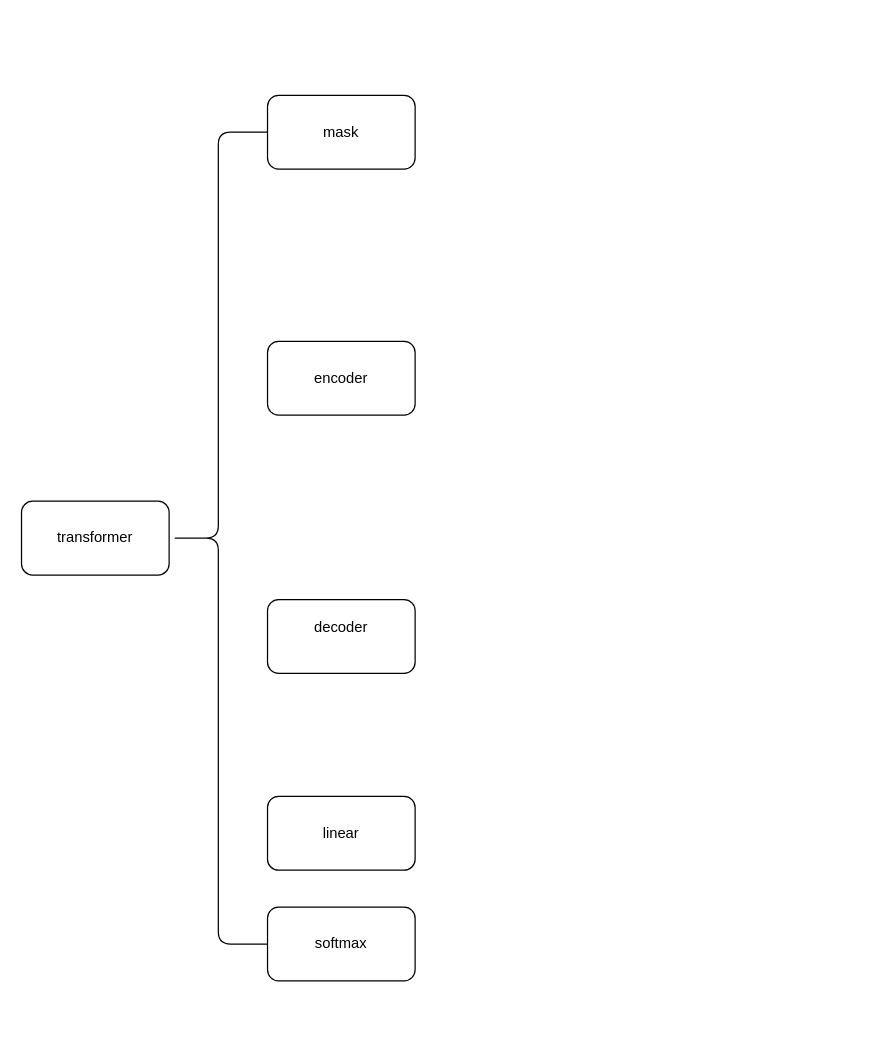
The draw.io diagram Transformer梳理.drawio in 177-Liukuan/MyPicture, before the edit. Source tidied: cells renumbered, new cells numbered last; positions are measured from the earlier drawing's top-left corner, leaving out a move shared by most shapes. Both pictures are drawn from the tidied source at 123%, with x=0, y=0 at pixel (21, 95).
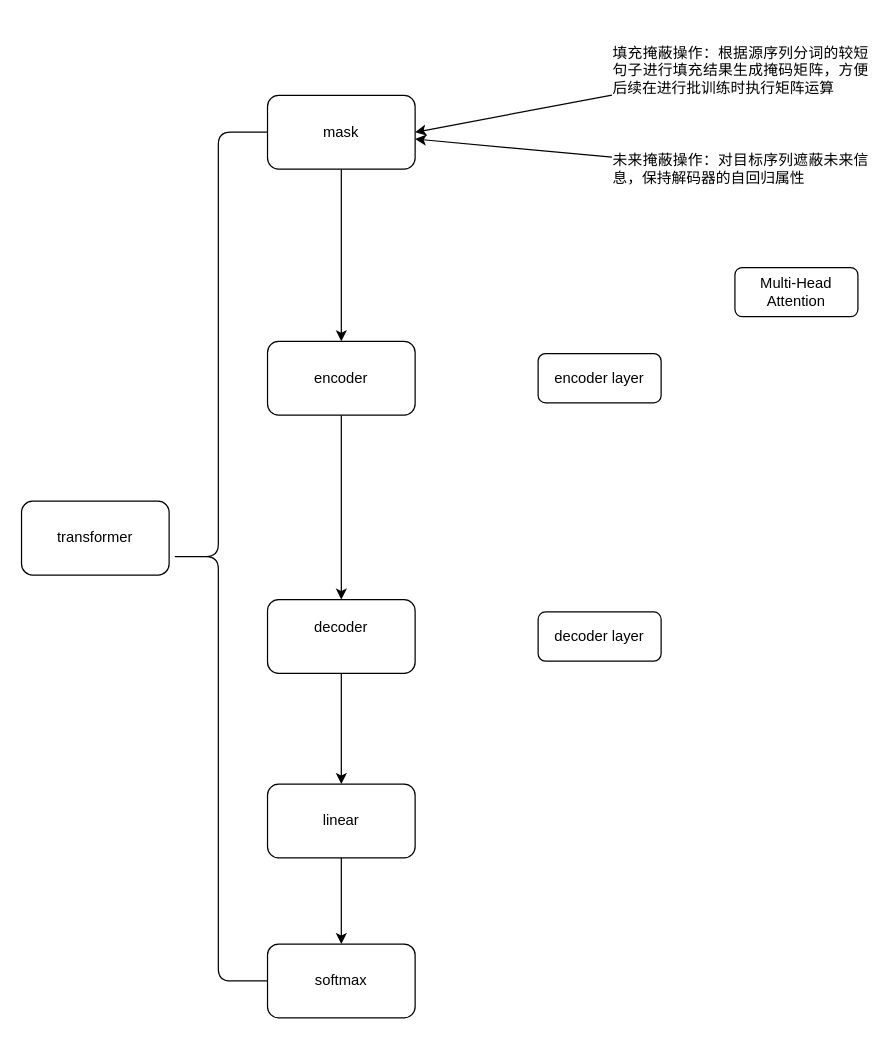
The same diagram, later.

The edit, as a diff of the source:
```diff
@@
 <mxGraphModel>
   <root>
     <mxCell id="0" />
     <mxCell id="1" parent="0" />
     <mxCell id="2" value="transformer" style="rounded=1;whiteSpace=wrap;html=1;" parent="1" vertex="1">
       <mxGeometry y="330" width="120" height="60" as="geometry" />
     </mxCell>
+    <mxCell id="9" style="edgeStyle=orthogonalEdgeStyle;rounded=0;jettySize=auto;html=1;" parent="1" edge="1" source="3" target="4">
+      <mxGeometry relative="1" as="geometry" />
+    </mxCell>
     <mxCell id="3" value="mask" style="rounded=1;whiteSpace=wrap;html=1;" parent="1" vertex="1">
       <mxGeometry x="200" width="120" height="60" as="geometry" />
     </mxCell>
+    <mxCell id="10" style="edgeStyle=orthogonalEdgeStyle;rounded=0;jettySize=auto;html=1;" parent="1" edge="1" source="4" target="5">
+      <mxGeometry relative="1" as="geometry" />
+    </mxCell>
     <mxCell id="4" value="encoder" style="rounded=1;whiteSpace=wrap;html=1;" parent="1" vertex="1">
       <mxGeometry x="200" y="200" width="120" height="60" as="geometry" />
     </mxCell>
+    <mxCell id="11" style="edgeStyle=orthogonalEdgeStyle;rounded=0;jettySize=auto;html=1;entryX=0.5;entryY=0;entryDx=0;entryDy=0;" parent="1" edge="1" source="5" target="6">
+      <mxGeometry relative="1" as="geometry" />
+    </mxCell>
     <mxCell id="5" value="decoder&lt;div&gt;&lt;br&gt;&lt;/div&gt;" style="rounded=1;whiteSpace=wrap;html=1;" parent="1" vertex="1">
       <mxGeometry x="200" y="410" width="120" height="60" as="geometry" />
     </mxCell>
+    <mxCell id="12" style="edgeStyle=orthogonalEdgeStyle;rounded=0;jettySize=auto;html=1;" parent="1" edge="1" source="6" target="7">
+      <mxGeometry relative="1" as="geometry" />
+    </mxCell>
     <mxCell id="6" value="linear" style="rounded=1;whiteSpace=wrap;html=1;" parent="1" vertex="1">
-      <mxGeometry x="200" y="570" width="120" height="60" as="geometry" />
+      <mxGeometry x="200" y="560" width="120" height="60" as="geometry" />
     </mxCell>
     <mxCell id="7" value="softmax" style="rounded=1;whiteSpace=wrap;html=1;" parent="1" vertex="1">
-      <mxGeometry x="200" y="660" width="120" height="60" as="geometry" />
+      <mxGeometry x="200" y="690" width="120" height="60" as="geometry" />
     </mxCell>
     <mxCell id="8" style="shape=curlyBracket;whiteSpace=wrap;html=1;rounded=1;labelPosition=left;verticalLabelPosition=middle;align=right;verticalAlign=middle;" parent="1" vertex="1">
-      <mxGeometry x="120" y="30" width="80" height="660" as="geometry" />
+      <mxGeometry x="120" y="30" width="80" height="690" as="geometry" />
     </mxCell>
+    <mxCell id="13" style="rounded=0;jettySize=auto;html=1;entryX=1;entryY=0.5;entryDx=0;entryDy=0;" parent="1" edge="1" source="14" target="3">
+      <mxGeometry relative="1" as="geometry" />
+    </mxCell>
+    <mxCell id="14" value="&lt;div style=&quot;text-align: justify;&quot;&gt;&lt;span style=&quot;background-color: transparent; color: light-dark(rgb(0, 0, 0), rgb(255, 255, 255));&quot;&gt;填充掩蔽操作：根据源序列分词的较短句子进行填充结果生成掩码矩阵，方便后续在进行批训练时执行矩阵运算&lt;/span&gt;&lt;/div&gt;" style="text;html=1;align=center;verticalAlign=middle;whiteSpace=wrap;rounded=0;" parent="1" vertex="1">
+      <mxGeometry x="480" y="-60" width="210" height="80" as="geometry" />
+    </mxCell>
+    <mxCell id="15" style="rounded=0;jettySize=auto;html=1;" parent="1" edge="1" source="16" target="3">
+      <mxGeometry relative="1" as="geometry" />
+    </mxCell>
+    <mxCell id="16" value="&lt;div style=&quot;text-align: justify;&quot;&gt;未来掩蔽操作：对目标序列遮蔽未来信息，保持解码器的自回归属性&lt;/div&gt;" style="text;html=1;align=center;verticalAlign=middle;whiteSpace=wrap;rounded=0;" parent="1" vertex="1">
+      <mxGeometry x="480" y="20" width="210" height="80" as="geometry" />
+    </mxCell>
+    <mxCell id="17" value="decoder layer" style="rounded=1;whiteSpace=wrap;html=1;" parent="1" vertex="1">
+      <mxGeometry x="420" y="420" width="100" height="40" as="geometry" />
+    </mxCell>
+    <mxCell id="18" value="encoder layer" style="rounded=1;whiteSpace=wrap;html=1;" parent="1" vertex="1">
+      <mxGeometry x="420" y="210" width="100" height="40" as="geometry" />
+    </mxCell>
+    <mxCell id="19" value="Multi-Head Attention" style="rounded=1;whiteSpace=wrap;html=1;" parent="1" vertex="1">
+      <mxGeometry x="580" y="140" width="100" height="40" as="geometry" />
+    </mxCell>
   </root>
 </mxGraphModel>
```
